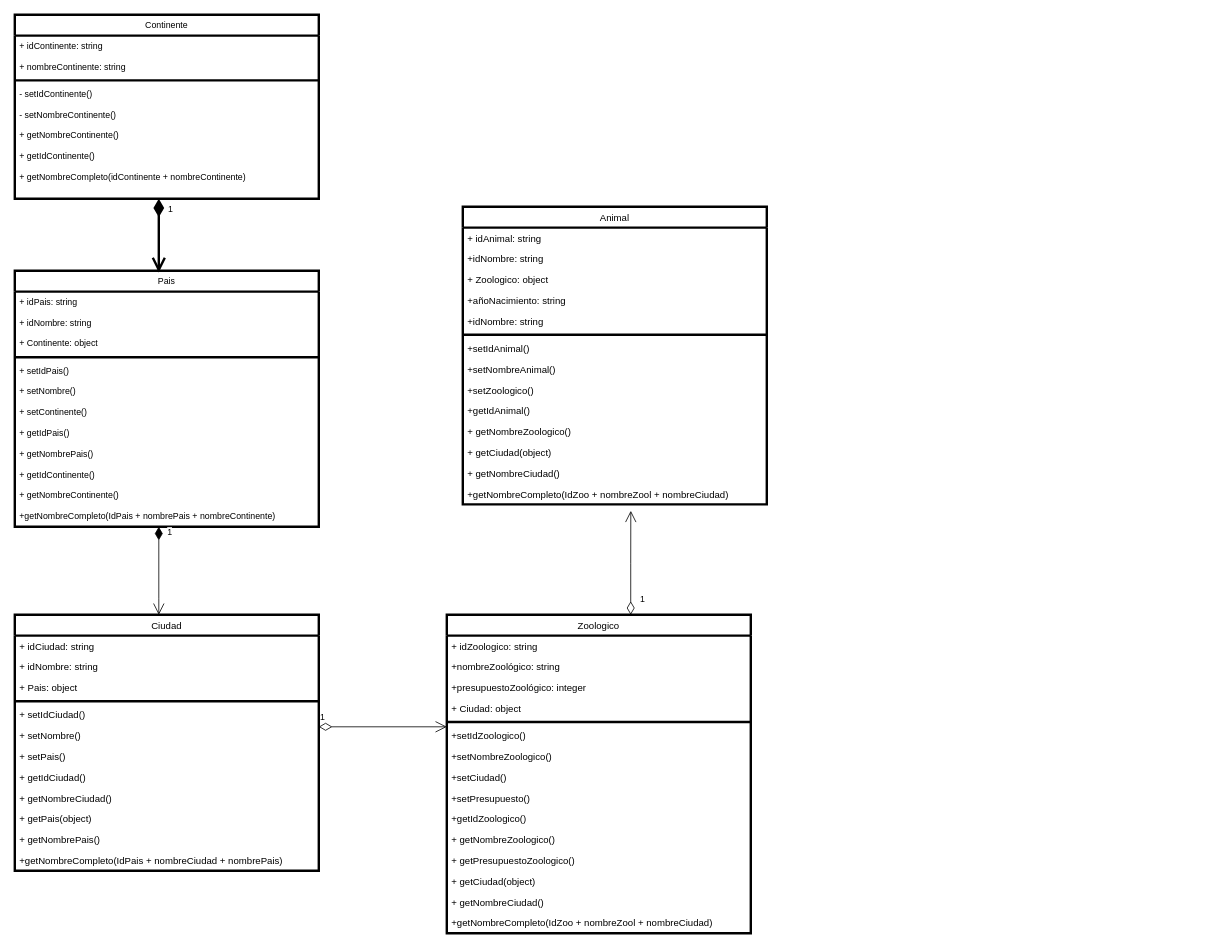
joaonunez/diagramasClase keeps this draw.io diagram as zoologico1.drawio. Above is the earlier version. Source tidied: cells renumbered, new cells numbered last; positions are measured from the earlier drawing's top-left corner, leaving out a move shared by most shapes. Both pictures are drawn from the tidied source at 80%, with x=0, y=0 at pixel (14, 14).
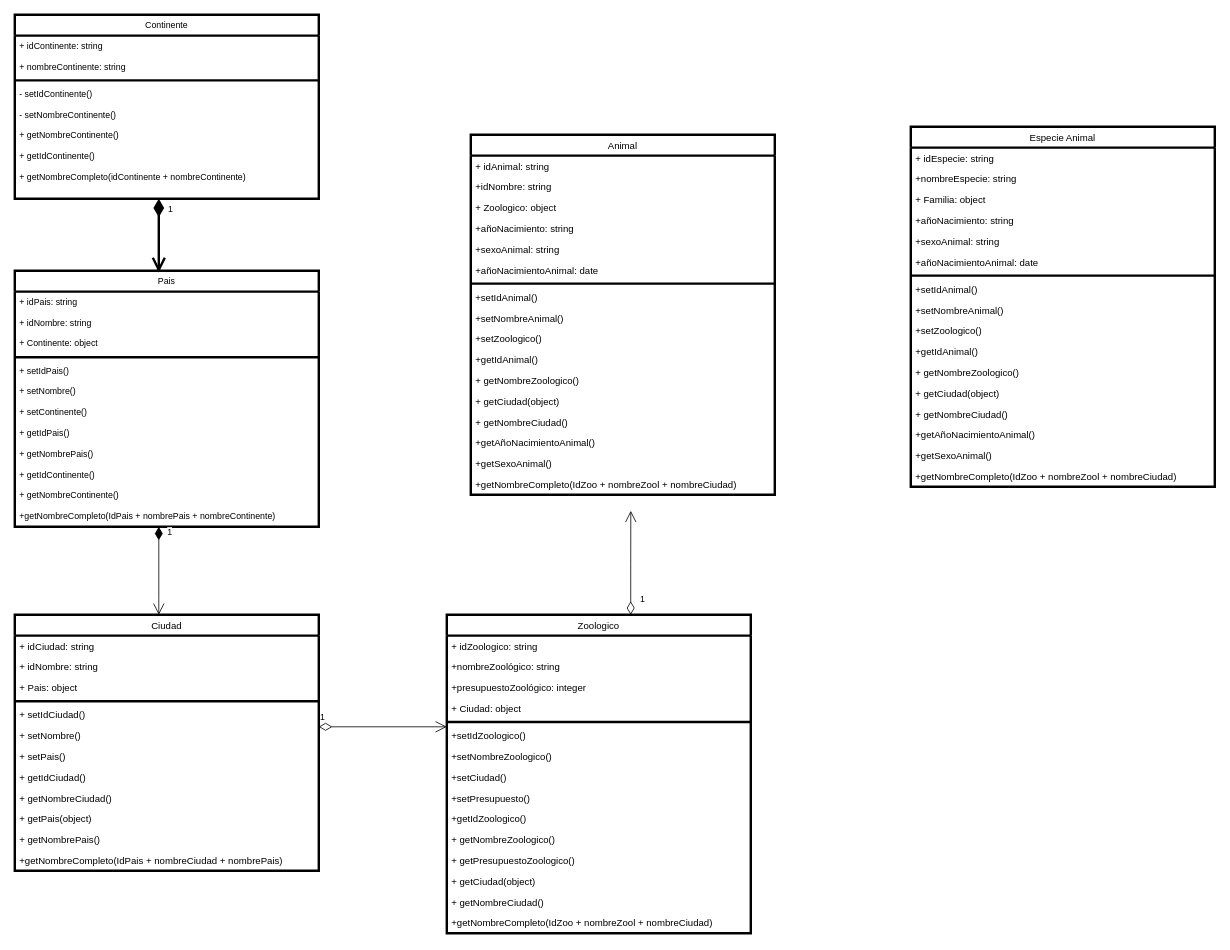
Above is the later version.

Change to the diagram source:
```diff
@@
     <mxCell id="55" value="Animal" style="swimlane;fontStyle=0;align=center;verticalAlign=top;horizontal=1;startSize=26;rounded=0;shadow=0;strokeWidth=3;fontSize=12;" parent="1" vertex="1">
-      <mxGeometry x="560" y="240" width="380" height="372" as="geometry" />
+      <mxGeometry x="570" y="150" width="380" height="450" as="geometry" />
     </mxCell>
@@
-    <mxCell id="60" value="+idNombre: string" style="text;align=left;verticalAlign=top;spacingLeft=4;spacingRight=4;overflow=hidden;fontSize=12;fontStyle=0;strokeWidth=3;" parent="55" vertex="1">
+    <mxCell id="60" value="+sexoAnimal: string" style="text;align=left;verticalAlign=top;spacingLeft=4;spacingRight=4;overflow=hidden;fontSize=12;fontStyle=0;strokeWidth=3;" parent="55" vertex="1">
       <mxGeometry y="130" width="380" height="26" as="geometry" />
     </mxCell>
+    <mxCell id="72" value="+añoNacimientoAnimal: date" style="text;align=left;verticalAlign=top;spacingLeft=4;spacingRight=4;overflow=hidden;fontSize=12;fontStyle=0;strokeWidth=3;" parent="55" vertex="1">
+      <mxGeometry y="156" width="380" height="26" as="geometry" />
+    </mxCell>
     <mxCell id="61" style="line;html=1;strokeWidth=3;align=left;verticalAlign=middle;spacingTop=-1;spacingLeft=3;spacingRight=3;labelPosition=right;fontSize=12;fontStyle=0;" parent="55" vertex="1">
-      <mxGeometry y="156" width="380" height="8" as="geometry" />
+      <mxGeometry y="182" width="380" height="8" as="geometry" />
     </mxCell>
     <mxCell id="62" value="+setIdAnimal()" style="text;align=left;verticalAlign=top;spacingLeft=4;spacingRight=4;overflow=hidden;fontSize=12;fontStyle=0;strokeWidth=3;" parent="55" vertex="1">
-      <mxGeometry y="164" width="380" height="26" as="geometry" />
+      <mxGeometry y="190" width="380" height="26" as="geometry" />
     </mxCell>
     <mxCell id="63" value="+setNombreAnimal()" style="text;align=left;verticalAlign=top;spacingLeft=4;spacingRight=4;overflow=hidden;fontSize=12;fontStyle=0;strokeWidth=3;" parent="55" vertex="1">
-      <mxGeometry y="190" width="380" height="26" as="geometry" />
+      <mxGeometry y="216" width="380" height="26" as="geometry" />
     </mxCell>
     <mxCell id="64" value="+setZoologico()" style="text;align=left;verticalAlign=top;spacingLeft=4;spacingRight=4;overflow=hidden;fontSize=12;fontStyle=0;strokeWidth=3;" parent="55" vertex="1">
-      <mxGeometry y="216" width="380" height="26" as="geometry" />
+      <mxGeometry y="242" width="380" height="26" as="geometry" />
     </mxCell>
     <mxCell id="65" value="+getIdAnimal()" style="text;align=left;verticalAlign=top;spacingLeft=4;spacingRight=4;overflow=hidden;fontSize=12;fontStyle=0;strokeWidth=3;" parent="55" vertex="1">
-      <mxGeometry y="242" width="380" height="26" as="geometry" />
+      <mxGeometry y="268" width="380" height="26" as="geometry" />
     </mxCell>
     <mxCell id="66" value="+ getNombreZoologico()" style="text;align=left;verticalAlign=top;spacingLeft=4;spacingRight=4;overflow=hidden;fontSize=12;fontStyle=0;strokeWidth=3;" parent="55" vertex="1">
-      <mxGeometry y="268" width="380" height="26" as="geometry" />
+      <mxGeometry y="294" width="380" height="26" as="geometry" />
     </mxCell>
     <mxCell id="67" value="+ getCiudad(object)" style="text;align=left;verticalAlign=top;spacingLeft=4;spacingRight=4;overflow=hidden;fontSize=12;fontStyle=0;strokeWidth=3;" parent="55" vertex="1">
-      <mxGeometry y="294" width="380" height="26" as="geometry" />
+      <mxGeometry y="320" width="380" height="26" as="geometry" />
     </mxCell>
     <mxCell id="68" value="+ getNombreCiudad()" style="text;align=left;verticalAlign=top;spacingLeft=4;spacingRight=4;overflow=hidden;fontSize=12;fontStyle=0;strokeWidth=3;" parent="55" vertex="1">
-      <mxGeometry y="320" width="380" height="26" as="geometry" />
+      <mxGeometry y="346" width="380" height="26" as="geometry" />
     </mxCell>
+    <mxCell id="73" value="+getAñoNacimientoAnimal()" style="text;align=left;verticalAlign=top;spacingLeft=4;spacingRight=4;overflow=hidden;fontSize=12;fontStyle=0;strokeWidth=3;" parent="55" vertex="1">
+      <mxGeometry y="372" width="380" height="26" as="geometry" />
+    </mxCell>
+    <mxCell id="74" value="+getSexoAnimal()" style="text;align=left;verticalAlign=top;spacingLeft=4;spacingRight=4;overflow=hidden;fontSize=12;fontStyle=0;strokeWidth=3;" parent="55" vertex="1">
+      <mxGeometry y="398" width="380" height="26" as="geometry" />
+    </mxCell>
     <mxCell id="69" value="+getNombreCompleto(IdZoo + nombreZool + nombreCiudad)" style="text;align=left;verticalAlign=top;spacingLeft=4;spacingRight=4;overflow=hidden;fontSize=12;fontStyle=0;strokeWidth=3;" parent="55" vertex="1">
-      <mxGeometry y="346" width="380" height="26" as="geometry" />
+      <mxGeometry y="424" width="380" height="26" as="geometry" />
     </mxCell>
@@
+    <mxCell id="75" value="Especie Animal" style="swimlane;fontStyle=0;align=center;verticalAlign=top;horizontal=1;startSize=26;rounded=0;shadow=0;strokeWidth=3;fontSize=12;" parent="1" vertex="1">
+      <mxGeometry x="1120" y="140" width="380" height="450" as="geometry" />
+    </mxCell>
+    <mxCell id="76" value="+ idEspecie: string" style="text;align=left;verticalAlign=top;spacingLeft=4;spacingRight=4;overflow=hidden;fontSize=12;fontStyle=0;strokeWidth=3;" parent="75" vertex="1">
+      <mxGeometry y="26" width="380" height="26" as="geometry" />
+    </mxCell>
+    <mxCell id="77" value="+nombreEspecie: string" style="text;align=left;verticalAlign=top;spacingLeft=4;spacingRight=4;overflow=hidden;fontSize=12;fontStyle=0;strokeWidth=3;" parent="75" vertex="1">
+      <mxGeometry y="52" width="380" height="26" as="geometry" />
+    </mxCell>
+    <mxCell id="78" value="+ Familia: object" style="text;align=left;verticalAlign=top;spacingLeft=4;spacingRight=4;overflow=hidden;fontSize=12;fontStyle=0;strokeWidth=3;" parent="75" vertex="1">
+      <mxGeometry y="78" width="380" height="26" as="geometry" />
+    </mxCell>
+    <mxCell id="79" value="+añoNacimiento: string" style="text;align=left;verticalAlign=top;spacingLeft=4;spacingRight=4;overflow=hidden;fontSize=12;fontStyle=0;strokeWidth=3;" parent="75" vertex="1">
+      <mxGeometry y="104" width="380" height="26" as="geometry" />
+    </mxCell>
+    <mxCell id="80" value="+sexoAnimal: string" style="text;align=left;verticalAlign=top;spacingLeft=4;spacingRight=4;overflow=hidden;fontSize=12;fontStyle=0;strokeWidth=3;" parent="75" vertex="1">
+      <mxGeometry y="130" width="380" height="26" as="geometry" />
+    </mxCell>
+    <mxCell id="81" value="+añoNacimientoAnimal: date" style="text;align=left;verticalAlign=top;spacingLeft=4;spacingRight=4;overflow=hidden;fontSize=12;fontStyle=0;strokeWidth=3;" parent="75" vertex="1">
+      <mxGeometry y="156" width="380" height="26" as="geometry" />
+    </mxCell>
+    <mxCell id="82" style="line;html=1;strokeWidth=3;align=left;verticalAlign=middle;spacingTop=-1;spacingLeft=3;spacingRight=3;labelPosition=right;fontSize=12;fontStyle=0;" parent="75" vertex="1">
+      <mxGeometry y="182" width="380" height="8" as="geometry" />
+    </mxCell>
+    <mxCell id="83" value="+setIdAnimal()" style="text;align=left;verticalAlign=top;spacingLeft=4;spacingRight=4;overflow=hidden;fontSize=12;fontStyle=0;strokeWidth=3;" parent="75" vertex="1">
+      <mxGeometry y="190" width="380" height="26" as="geometry" />
+    </mxCell>
+    <mxCell id="84" value="+setNombreAnimal()" style="text;align=left;verticalAlign=top;spacingLeft=4;spacingRight=4;overflow=hidden;fontSize=12;fontStyle=0;strokeWidth=3;" parent="75" vertex="1">
+      <mxGeometry y="216" width="380" height="26" as="geometry" />
+    </mxCell>
+    <mxCell id="85" value="+setZoologico()" style="text;align=left;verticalAlign=top;spacingLeft=4;spacingRight=4;overflow=hidden;fontSize=12;fontStyle=0;strokeWidth=3;" parent="75" vertex="1">
+      <mxGeometry y="242" width="380" height="26" as="geometry" />
+    </mxCell>
+    <mxCell id="86" value="+getIdAnimal()" style="text;align=left;verticalAlign=top;spacingLeft=4;spacingRight=4;overflow=hidden;fontSize=12;fontStyle=0;strokeWidth=3;" parent="75" vertex="1">
+      <mxGeometry y="268" width="380" height="26" as="geometry" />
+    </mxCell>
+    <mxCell id="87" value="+ getNombreZoologico()" style="text;align=left;verticalAlign=top;spacingLeft=4;spacingRight=4;overflow=hidden;fontSize=12;fontStyle=0;strokeWidth=3;" parent="75" vertex="1">
+      <mxGeometry y="294" width="380" height="26" as="geometry" />
+    </mxCell>
+    <mxCell id="88" value="+ getCiudad(object)" style="text;align=left;verticalAlign=top;spacingLeft=4;spacingRight=4;overflow=hidden;fontSize=12;fontStyle=0;strokeWidth=3;" parent="75" vertex="1">
+      <mxGeometry y="320" width="380" height="26" as="geometry" />
+    </mxCell>
+    <mxCell id="89" value="+ getNombreCiudad()" style="text;align=left;verticalAlign=top;spacingLeft=4;spacingRight=4;overflow=hidden;fontSize=12;fontStyle=0;strokeWidth=3;" parent="75" vertex="1">
+      <mxGeometry y="346" width="380" height="26" as="geometry" />
+    </mxCell>
+    <mxCell id="90" value="+getAñoNacimientoAnimal()" style="text;align=left;verticalAlign=top;spacingLeft=4;spacingRight=4;overflow=hidden;fontSize=12;fontStyle=0;strokeWidth=3;" parent="75" vertex="1">
+      <mxGeometry y="372" width="380" height="26" as="geometry" />
+    </mxCell>
+    <mxCell id="91" value="+getSexoAnimal()" style="text;align=left;verticalAlign=top;spacingLeft=4;spacingRight=4;overflow=hidden;fontSize=12;fontStyle=0;strokeWidth=3;" parent="75" vertex="1">
+      <mxGeometry y="398" width="380" height="26" as="geometry" />
+    </mxCell>
+    <mxCell id="92" value="+getNombreCompleto(IdZoo + nombreZool + nombreCiudad)" style="text;align=left;verticalAlign=top;spacingLeft=4;spacingRight=4;overflow=hidden;fontSize=12;fontStyle=0;strokeWidth=3;" parent="75" vertex="1">
+      <mxGeometry y="424" width="380" height="26" as="geometry" />
+    </mxCell>
```
